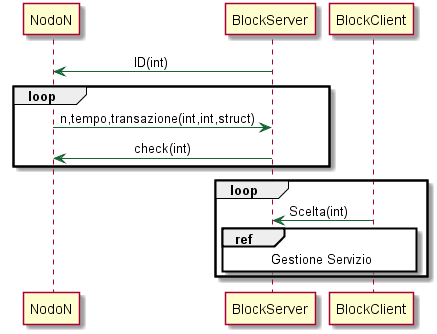
Above: SequenceDiagram/Rete/rete1.png in antdimarino/Computer-Networks-BlockChain (PlantUML), before the change.
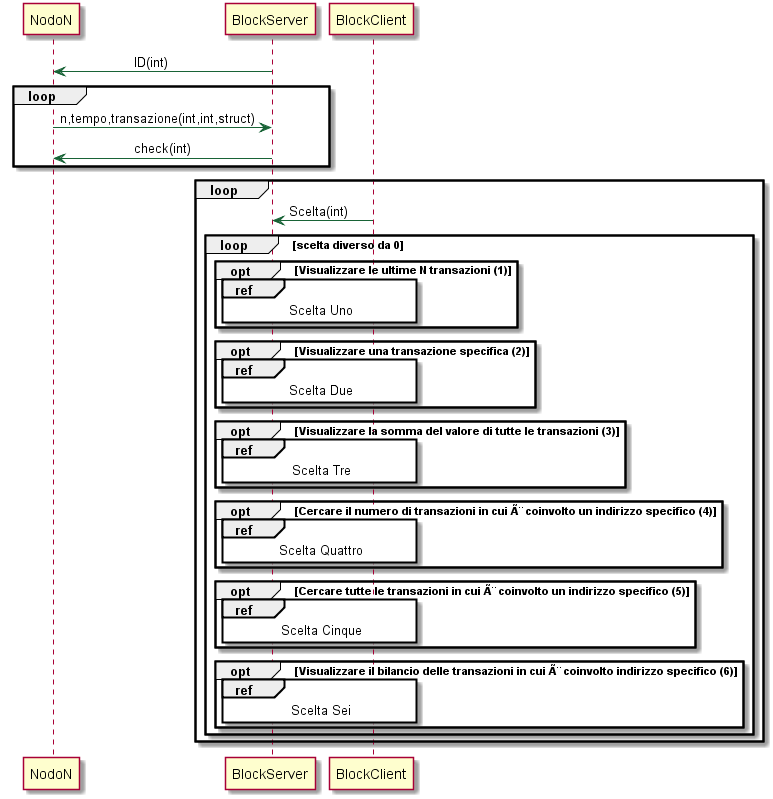
The same file after the commit.

The edit, as a diff of the source:
```diff
@@ -13,6 +13,31 @@
 end
 loop
 BlockServer <- BlockClient : Scelta(int)
-ref over BlockServer, BlockClient: Gestione Servizio
+loop scelta diverso da 0
+
+	opt Visualizzare le ultime N transazioni (1)
+		ref over BlockClient, BlockServer: Scelta Uno
+	end
+
+	opt Visualizzare una transazione specifica (2)
+		ref over BlockClient, BlockServer: Scelta Due
+	end
+
+	opt Visualizzare la somma del valore di tutte le transazioni (3)
+		ref over BlockClient, BlockServer: Scelta Tre
+	end
+
+	opt Cercare il numero di transazioni in cui Ã¨ coinvolto un indirizzo specifico (4)
+		ref over BlockClient, BlockServer: Scelta Quattro
+	end
+
+	opt Cercare tutte le transazioni in cui Ã¨ coinvolto un indirizzo specifico (5)
+		ref over BlockClient, BlockServer: Scelta Cinque
+	end
+
+	opt Visualizzare il bilancio delle transazioni in cui Ã¨ coinvolto indirizzo specifico (6)
+		ref over BlockClient, BlockServer: Scelta Sei
+	end
+end
 end
 @enduml
```
